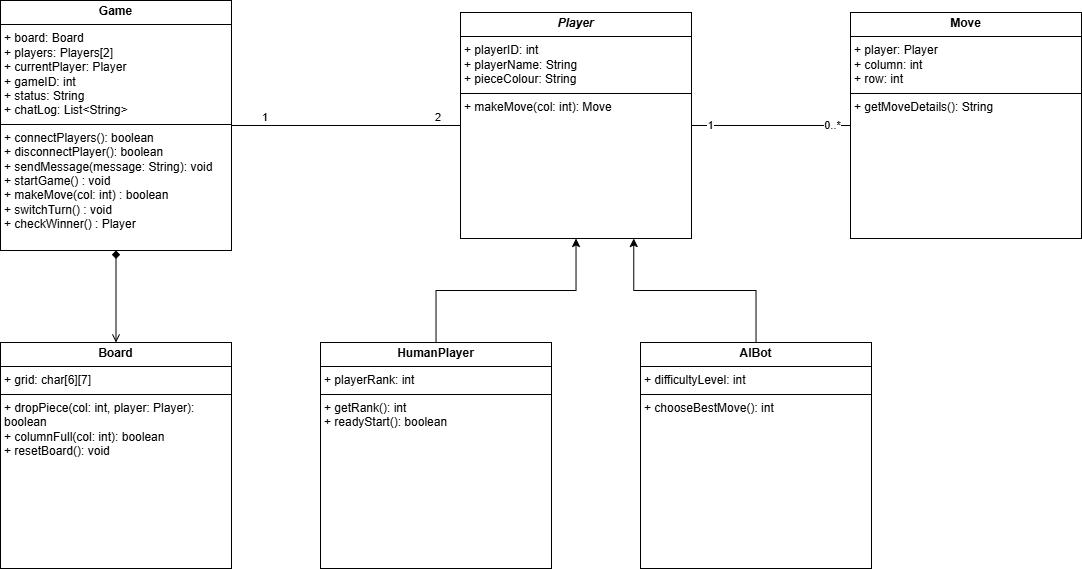
Before: connect_four_class_diagram.png, a diagram exported from draw.io (farshadislam/Socketed-Multigame-GUI). Source tidied: cells renumbered, new cells last; positions are measured from the earlier drawing's top-left corner, leaving out a move shared by most shapes. Its diagram source:
```xml
<mxGraphModel>
  <root>
    <mxCell id="0" />
    <mxCell id="1" parent="0" />
    <mxCell id="2" style="edgeStyle=orthogonalEdgeStyle;rounded=0;jettySize=auto;html=1;endArrow=open;endFill=0;startArrow=diamond;startFill=1;" parent="1" edge="1" source="3" target="8">
      <mxGeometry relative="1" as="geometry" />
    </mxCell>
    <mxCell id="3" value="&lt;p style=&quot;margin:0px;margin-top:4px;text-align:center;&quot;&gt;&lt;b&gt;Game&lt;/b&gt;&lt;/p&gt;&lt;hr size=&quot;1&quot; style=&quot;border-style:solid;&quot;&gt;&lt;p style=&quot;margin:0px;margin-left:4px;&quot;&gt;&lt;span style=&quot;background-color: transparent; color: light-dark(rgb(0, 0, 0), rgb(255, 255, 255));&quot;&gt;+ board: Board&lt;/span&gt;&lt;/p&gt;&lt;p style=&quot;margin:0px;margin-left:4px;&quot;&gt;+ players: Players[2]&lt;/p&gt;&lt;p style=&quot;margin:0px;margin-left:4px;&quot;&gt;+ currentPlayer: Player&lt;br&gt;+ gameID: int&lt;br&gt;+ status: String&lt;/p&gt;&lt;p style=&quot;margin:0px;margin-left:4px;&quot;&gt;+ chatLog: List&amp;lt;String&amp;gt;&lt;/p&gt;&lt;hr size=&quot;1&quot; style=&quot;border-style:solid;&quot;&gt;&lt;p style=&quot;margin:0px;margin-left:4px;&quot;&gt;&lt;span style=&quot;background-color: transparent; color: light-dark(rgb(0, 0, 0), rgb(255, 255, 255));&quot;&gt;+ connectPlayers(): boolean&lt;/span&gt;&lt;/p&gt;&lt;p style=&quot;margin:0px;margin-left:4px;&quot;&gt;&lt;span style=&quot;background-color: transparent; color: light-dark(rgb(0, 0, 0), rgb(255, 255, 255));&quot;&gt;+ disconnectPlayer(): boolean&amp;nbsp;&lt;/span&gt;&lt;/p&gt;&lt;p style=&quot;margin:0px;margin-left:4px;&quot;&gt;+ sendMessage(message: String): void&lt;/p&gt;&lt;p style=&quot;margin:0px;margin-left:4px;&quot;&gt;&lt;span style=&quot;background-color: transparent; color: light-dark(rgb(0, 0, 0), rgb(255, 255, 255));&quot;&gt;+ startGame() : void&lt;/span&gt;&lt;/p&gt;&lt;p style=&quot;margin:0px;margin-left:4px;&quot;&gt;&lt;span style=&quot;background-color: transparent; color: light-dark(rgb(0, 0, 0), rgb(255, 255, 255));&quot;&gt;+ makeMove(col: int) : boolean&lt;/span&gt;&lt;/p&gt;&lt;p style=&quot;margin:0px;margin-left:4px;&quot;&gt;&lt;span style=&quot;background-color: transparent; color: light-dark(rgb(0, 0, 0), rgb(255, 255, 255));&quot;&gt;+ switchTurn() : void&lt;/span&gt;&lt;/p&gt;&lt;p style=&quot;margin:0px;margin-left:4px;&quot;&gt;&lt;span style=&quot;background-color: transparent; color: light-dark(rgb(0, 0, 0), rgb(255, 255, 255));&quot;&gt;+ checkWinner() : Player&lt;/span&gt;&lt;/p&gt;&lt;div&gt;&lt;span style=&quot;background-color: transparent; color: light-dark(rgb(0, 0, 0), rgb(255, 255, 255));&quot;&gt;&lt;br&gt;&lt;/span&gt;&lt;/div&gt;" style="verticalAlign=top;align=left;overflow=fill;html=1;whiteSpace=wrap;" parent="1" vertex="1">
      <mxGeometry width="231" height="250" as="geometry" />
    </mxCell>
    <mxCell id="4" style="edgeStyle=orthogonalEdgeStyle;rounded=0;jettySize=auto;html=1;entryX=0;entryY=0.5;entryDx=0;entryDy=0;endArrow=none;endFill=0;" parent="1" edge="1" source="7" target="9">
      <mxGeometry relative="1" as="geometry" />
    </mxCell>
    <mxCell id="5" value="1" style="edgeLabel;html=1;align=center;verticalAlign=middle;" parent="4" vertex="1">
      <mxGeometry x="-0.76" y="1" relative="1" as="geometry" />
    </mxCell>
    <mxCell id="6" value="0..*" style="edgeLabel;html=1;align=center;verticalAlign=middle;" parent="4" vertex="1">
      <mxGeometry x="0.76" y="1" relative="1" as="geometry" />
    </mxCell>
    <mxCell id="7" value="&lt;p style=&quot;margin:0px;margin-top:4px;text-align:center;&quot;&gt;&lt;b&gt;&lt;i&gt;Player&lt;/i&gt;&lt;/b&gt;&lt;/p&gt;&lt;hr size=&quot;1&quot; style=&quot;border-style:solid;&quot;&gt;&lt;p style=&quot;margin:0px;margin-left:4px;&quot;&gt;&lt;span style=&quot;background-color: transparent; color: light-dark(rgb(0, 0, 0), rgb(255, 255, 255));&quot;&gt;+ playerID: int&lt;br&gt;&lt;/span&gt;&lt;/p&gt;&lt;p style=&quot;margin:0px;margin-left:4px;&quot;&gt;&lt;span style=&quot;background-color: transparent; color: light-dark(rgb(0, 0, 0), rgb(255, 255, 255));&quot;&gt;+ playerName: String&lt;/span&gt;&lt;/p&gt;&lt;p style=&quot;margin:0px;margin-left:4px;&quot;&gt;&lt;span style=&quot;background-color: transparent; color: light-dark(rgb(0, 0, 0), rgb(255, 255, 255));&quot;&gt;+ pieceColour: String&lt;/span&gt;&lt;/p&gt;&lt;hr size=&quot;1&quot; style=&quot;border-style:solid;&quot;&gt;&lt;p style=&quot;margin:0px;margin-left:4px;&quot;&gt;&lt;span style=&quot;background-color: transparent; color: light-dark(rgb(0, 0, 0), rgb(255, 255, 255));&quot;&gt;+ makeMove(col: int): Move&lt;/span&gt;&lt;/p&gt;&lt;div&gt;&lt;span style=&quot;background-color: transparent; color: light-dark(rgb(0, 0, 0), rgb(255, 255, 255));&quot;&gt;&lt;br&gt;&lt;/span&gt;&lt;/div&gt;" style="verticalAlign=top;align=left;overflow=fill;html=1;whiteSpace=wrap;" parent="1" vertex="1">
      <mxGeometry x="460" y="12" width="231" height="226" as="geometry" />
    </mxCell>
    <mxCell id="8" value="&lt;p style=&quot;margin:0px;margin-top:4px;text-align:center;&quot;&gt;&lt;b&gt;Board&lt;/b&gt;&lt;/p&gt;&lt;hr size=&quot;1&quot; style=&quot;border-style:solid;&quot;&gt;&lt;p style=&quot;margin:0px;margin-left:4px;&quot;&gt;&lt;span style=&quot;background-color: transparent; color: light-dark(rgb(0, 0, 0), rgb(255, 255, 255));&quot;&gt;+ grid: char[6][7]&lt;br&gt;&lt;/span&gt;&lt;/p&gt;&lt;hr size=&quot;1&quot; style=&quot;border-style:solid;&quot;&gt;&lt;p style=&quot;margin:0px;margin-left:4px;&quot;&gt;&lt;span style=&quot;background-color: transparent; color: light-dark(rgb(0, 0, 0), rgb(255, 255, 255));&quot;&gt;+ dropPiece(col: int, player: Player): boolean&lt;/span&gt;&lt;/p&gt;&lt;p style=&quot;margin:0px;margin-left:4px;&quot;&gt;&lt;span style=&quot;background-color: transparent; color: light-dark(rgb(0, 0, 0), rgb(255, 255, 255));&quot;&gt;+ columnFull(col: int): boolean&lt;/span&gt;&lt;/p&gt;&lt;p style=&quot;margin:0px;margin-left:4px;&quot;&gt;&lt;span style=&quot;background-color: transparent; color: light-dark(rgb(0, 0, 0), rgb(255, 255, 255));&quot;&gt;+ resetBoard(): void&lt;/span&gt;&lt;/p&gt;&lt;div&gt;&lt;span style=&quot;background-color: transparent; color: light-dark(rgb(0, 0, 0), rgb(255, 255, 255));&quot;&gt;&lt;br&gt;&lt;/span&gt;&lt;/div&gt;" style="verticalAlign=top;align=left;overflow=fill;html=1;whiteSpace=wrap;" parent="1" vertex="1">
      <mxGeometry y="342" width="231" height="226" as="geometry" />
    </mxCell>
    <mxCell id="9" value="&lt;p style=&quot;margin:0px;margin-top:4px;text-align:center;&quot;&gt;&lt;b&gt;Move&lt;/b&gt;&lt;/p&gt;&lt;hr size=&quot;1&quot; style=&quot;border-style:solid;&quot;&gt;&lt;p style=&quot;margin:0px;margin-left:4px;&quot;&gt;&lt;span style=&quot;background-color: transparent; color: light-dark(rgb(0, 0, 0), rgb(255, 255, 255));&quot;&gt;+ player: Player&lt;br&gt;&lt;/span&gt;&lt;/p&gt;&lt;p style=&quot;margin:0px;margin-left:4px;&quot;&gt;&lt;span style=&quot;background-color: transparent; color: light-dark(rgb(0, 0, 0), rgb(255, 255, 255));&quot;&gt;+ column: int&lt;/span&gt;&lt;/p&gt;&lt;p style=&quot;margin:0px;margin-left:4px;&quot;&gt;&lt;span style=&quot;background-color: transparent; color: light-dark(rgb(0, 0, 0), rgb(255, 255, 255));&quot;&gt;+ row: int&lt;/span&gt;&lt;/p&gt;&lt;hr size=&quot;1&quot; style=&quot;border-style:solid;&quot;&gt;&lt;p style=&quot;margin:0px;margin-left:4px;&quot;&gt;&lt;span style=&quot;background-color: transparent; color: light-dark(rgb(0, 0, 0), rgb(255, 255, 255));&quot;&gt;+ getMoveDetails(): String&lt;/span&gt;&lt;/p&gt;&lt;div&gt;&lt;span style=&quot;background-color: transparent; color: light-dark(rgb(0, 0, 0), rgb(255, 255, 255));&quot;&gt;&lt;br&gt;&lt;/span&gt;&lt;/div&gt;" style="verticalAlign=top;align=left;overflow=fill;html=1;whiteSpace=wrap;" parent="1" vertex="1">
      <mxGeometry x="850" y="12" width="231" height="226" as="geometry" />
    </mxCell>
    <mxCell id="10" style="edgeStyle=orthogonalEdgeStyle;rounded=0;jettySize=auto;html=1;" parent="1" edge="1" source="11" target="7">
      <mxGeometry relative="1" as="geometry" />
    </mxCell>
    <mxCell id="11" value="&lt;p style=&quot;margin:0px;margin-top:4px;text-align:center;&quot;&gt;&lt;b&gt;HumanPlayer&lt;/b&gt;&lt;/p&gt;&lt;hr size=&quot;1&quot; style=&quot;border-style:solid;&quot;&gt;&lt;p style=&quot;margin:0px;margin-left:4px;&quot;&gt;&lt;span style=&quot;background-color: transparent; color: light-dark(rgb(0, 0, 0), rgb(255, 255, 255));&quot;&gt;+ playerRank: int&lt;/span&gt;&lt;/p&gt;&lt;hr size=&quot;1&quot; style=&quot;border-style:solid;&quot;&gt;&lt;p style=&quot;margin:0px;margin-left:4px;&quot;&gt;&lt;span style=&quot;background-color: transparent; color: light-dark(rgb(0, 0, 0), rgb(255, 255, 255));&quot;&gt;+ getRank(): int&lt;/span&gt;&lt;/p&gt;&lt;p style=&quot;margin:0px;margin-left:4px;&quot;&gt;&lt;span style=&quot;background-color: transparent; color: light-dark(rgb(0, 0, 0), rgb(255, 255, 255));&quot;&gt;+ readyStart(): boolean&lt;/span&gt;&lt;/p&gt;" style="verticalAlign=top;align=left;overflow=fill;html=1;whiteSpace=wrap;" parent="1" vertex="1">
      <mxGeometry x="320" y="342" width="231" height="226" as="geometry" />
    </mxCell>
    <mxCell id="12" style="edgeStyle=orthogonalEdgeStyle;rounded=0;jettySize=auto;html=1;entryX=0.75;entryY=1;entryDx=0;entryDy=0;" parent="1" edge="1" source="13" target="7">
      <mxGeometry relative="1" as="geometry" />
    </mxCell>
    <mxCell id="13" value="&lt;p style=&quot;margin:0px;margin-top:4px;text-align:center;&quot;&gt;&lt;b&gt;AIBot&lt;/b&gt;&lt;/p&gt;&lt;hr size=&quot;1&quot; style=&quot;border-style:solid;&quot;&gt;&lt;p style=&quot;margin:0px;margin-left:4px;&quot;&gt;&lt;span style=&quot;background-color: transparent; color: light-dark(rgb(0, 0, 0), rgb(255, 255, 255));&quot;&gt;+ difficultyLevel: int&lt;/span&gt;&lt;/p&gt;&lt;hr size=&quot;1&quot; style=&quot;border-style:solid;&quot;&gt;&lt;p style=&quot;margin:0px;margin-left:4px;&quot;&gt;&lt;span style=&quot;background-color: transparent; color: light-dark(rgb(0, 0, 0), rgb(255, 255, 255));&quot;&gt;+ chooseBestMove(): int&lt;/span&gt;&lt;/p&gt;" style="verticalAlign=top;align=left;overflow=fill;html=1;whiteSpace=wrap;" parent="1" vertex="1">
      <mxGeometry x="640" y="342" width="231" height="226" as="geometry" />
    </mxCell>
    <mxCell id="14" style="endArrow=none;html=1;edgeStyle=orthogonalEdgeStyle;rounded=0;entryX=0;entryY=0.5;entryDx=0;entryDy=0;exitX=1;exitY=0.5;exitDx=0;exitDy=0;" parent="1" edge="1" source="3" target="7">
      <mxGeometry relative="1" as="geometry" />
    </mxCell>
    <mxCell id="15" value="1" style="edgeLabel;html=1;align=left;verticalAlign=bottom;" parent="14" vertex="1">
      <mxGeometry x="-1" relative="1" as="geometry">
        <mxPoint x="29" as="offset" />
      </mxGeometry>
    </mxCell>
    <mxCell id="16" value="2" style="edgeLabel;html=1;align=right;verticalAlign=bottom;" parent="14" vertex="1">
      <mxGeometry x="1" relative="1" as="geometry">
        <mxPoint x="-20" as="offset" />
      </mxGeometry>
    </mxCell>
  </root>
</mxGraphModel>
```
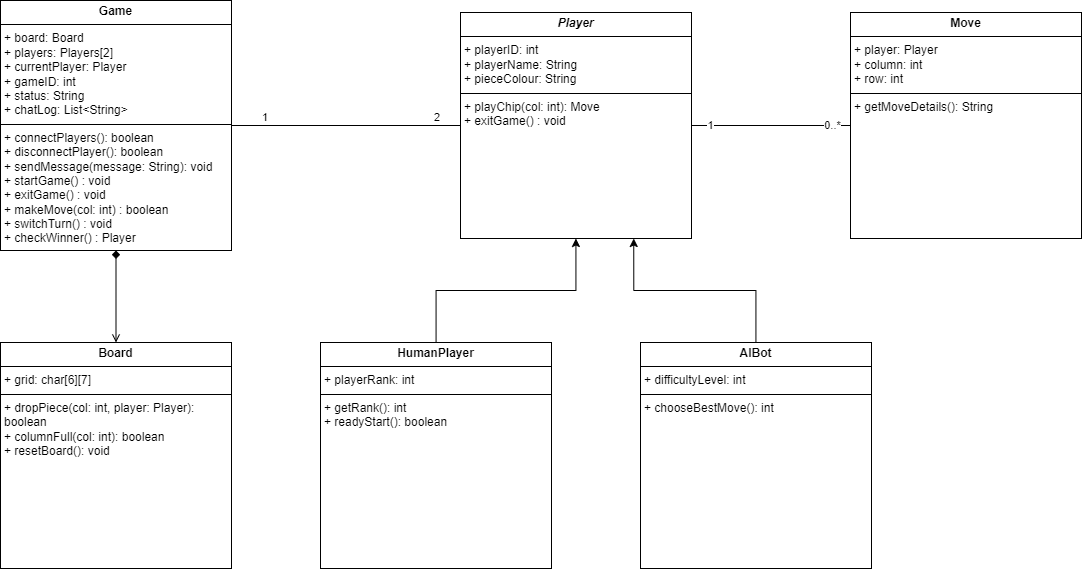
The same file after the commit.

Commit message:
Refined connect four class diagram to better match use cases

Diff of the diagram source:
```diff
@@ -5,7 +5,7 @@
     <mxCell id="2" style="edgeStyle=orthogonalEdgeStyle;rounded=0;jettySize=auto;html=1;endArrow=open;endFill=0;startArrow=diamond;startFill=1;" parent="1" edge="1" source="3" target="8">
       <mxGeometry relative="1" as="geometry" />
     </mxCell>
-    <mxCell id="3" value="&lt;p style=&quot;margin:0px;margin-top:4px;text-align:center;&quot;&gt;&lt;b&gt;Game&lt;/b&gt;&lt;/p&gt;&lt;hr size=&quot;1&quot; style=&quot;border-style:solid;&quot;&gt;&lt;p style=&quot;margin:0px;margin-left:4px;&quot;&gt;&lt;span style=&quot;background-color: transparent; color: light-dark(rgb(0, 0, 0), rgb(255, 255, 255));&quot;&gt;+ board: Board&lt;/span&gt;&lt;/p&gt;&lt;p style=&quot;margin:0px;margin-left:4px;&quot;&gt;+ players: Players[2]&lt;/p&gt;&lt;p style=&quot;margin:0px;margin-left:4px;&quot;&gt;+ currentPlayer: Player&lt;br&gt;+ gameID: int&lt;br&gt;+ status: String&lt;/p&gt;&lt;p style=&quot;margin:0px;margin-left:4px;&quot;&gt;+ chatLog: List&amp;lt;String&amp;gt;&lt;/p&gt;&lt;hr size=&quot;1&quot; style=&quot;border-style:solid;&quot;&gt;&lt;p style=&quot;margin:0px;margin-left:4px;&quot;&gt;&lt;span style=&quot;background-color: transparent; color: light-dark(rgb(0, 0, 0), rgb(255, 255, 255));&quot;&gt;+ connectPlayers(): boolean&lt;/span&gt;&lt;/p&gt;&lt;p style=&quot;margin:0px;margin-left:4px;&quot;&gt;&lt;span style=&quot;background-color: transparent; color: light-dark(rgb(0, 0, 0), rgb(255, 255, 255));&quot;&gt;+ disconnectPlayer(): boolean&amp;nbsp;&lt;/span&gt;&lt;/p&gt;&lt;p style=&quot;margin:0px;margin-left:4px;&quot;&gt;+ sendMessage(message: String): void&lt;/p&gt;&lt;p style=&quot;margin:0px;margin-left:4px;&quot;&gt;&lt;span style=&quot;background-color: transparent; color: light-dark(rgb(0, 0, 0), rgb(255, 255, 255));&quot;&gt;+ startGame() : void&lt;/span&gt;&lt;/p&gt;&lt;p style=&quot;margin:0px;margin-left:4px;&quot;&gt;&lt;span style=&quot;background-color: transparent; color: light-dark(rgb(0, 0, 0), rgb(255, 255, 255));&quot;&gt;+ makeMove(col: int) : boolean&lt;/span&gt;&lt;/p&gt;&lt;p style=&quot;margin:0px;margin-left:4px;&quot;&gt;&lt;span style=&quot;background-color: transparent; color: light-dark(rgb(0, 0, 0), rgb(255, 255, 255));&quot;&gt;+ switchTurn() : void&lt;/span&gt;&lt;/p&gt;&lt;p style=&quot;margin:0px;margin-left:4px;&quot;&gt;&lt;span style=&quot;background-color: transparent; color: light-dark(rgb(0, 0, 0), rgb(255, 255, 255));&quot;&gt;+ checkWinner() : Player&lt;/span&gt;&lt;/p&gt;&lt;div&gt;&lt;span style=&quot;background-color: transparent; color: light-dark(rgb(0, 0, 0), rgb(255, 255, 255));&quot;&gt;&lt;br&gt;&lt;/span&gt;&lt;/div&gt;" style="verticalAlign=top;align=left;overflow=fill;html=1;whiteSpace=wrap;" parent="1" vertex="1">
+    <mxCell id="3" value="&lt;p style=&quot;margin:0px;margin-top:4px;text-align:center;&quot;&gt;&lt;b&gt;Game&lt;/b&gt;&lt;/p&gt;&lt;hr size=&quot;1&quot; style=&quot;border-style:solid;&quot;&gt;&lt;p style=&quot;margin:0px;margin-left:4px;&quot;&gt;&lt;span style=&quot;background-color: transparent; color: light-dark(rgb(0, 0, 0), rgb(255, 255, 255));&quot;&gt;+ board: Board&lt;/span&gt;&lt;/p&gt;&lt;p style=&quot;margin:0px;margin-left:4px;&quot;&gt;+ players: Players[2]&lt;/p&gt;&lt;p style=&quot;margin:0px;margin-left:4px;&quot;&gt;+ currentPlayer: Player&lt;br&gt;+ gameID: int&lt;br&gt;+ status: String&lt;/p&gt;&lt;p style=&quot;margin:0px;margin-left:4px;&quot;&gt;+ chatLog: List&amp;lt;String&amp;gt;&lt;/p&gt;&lt;hr size=&quot;1&quot; style=&quot;border-style:solid;&quot;&gt;&lt;p style=&quot;margin:0px;margin-left:4px;&quot;&gt;&lt;span style=&quot;background-color: transparent; color: light-dark(rgb(0, 0, 0), rgb(255, 255, 255));&quot;&gt;+ connectPlayers(): boolean&lt;/span&gt;&lt;/p&gt;&lt;p style=&quot;margin:0px;margin-left:4px;&quot;&gt;&lt;span style=&quot;background-color: transparent; color: light-dark(rgb(0, 0, 0), rgb(255, 255, 255));&quot;&gt;+ disconnectPlayer(): boolean&amp;nbsp;&lt;/span&gt;&lt;/p&gt;&lt;p style=&quot;margin:0px;margin-left:4px;&quot;&gt;+ sendMessage(message: String): void&lt;/p&gt;&lt;p style=&quot;margin:0px;margin-left:4px;&quot;&gt;&lt;span style=&quot;background-color: transparent; color: light-dark(rgb(0, 0, 0), rgb(255, 255, 255));&quot;&gt;+ startGame() : void&lt;/span&gt;&lt;/p&gt;&lt;p style=&quot;margin:0px;margin-left:4px;&quot;&gt;&lt;span style=&quot;background-color: transparent; color: light-dark(rgb(0, 0, 0), rgb(255, 255, 255));&quot;&gt;+ exitGame() : void&lt;/span&gt;&lt;/p&gt;&lt;p style=&quot;margin:0px;margin-left:4px;&quot;&gt;&lt;span style=&quot;background-color: transparent; color: light-dark(rgb(0, 0, 0), rgb(255, 255, 255));&quot;&gt;+ makeMove(col: int) : boolean&lt;/span&gt;&lt;/p&gt;&lt;p style=&quot;margin:0px;margin-left:4px;&quot;&gt;&lt;span style=&quot;background-color: transparent; color: light-dark(rgb(0, 0, 0), rgb(255, 255, 255));&quot;&gt;+ switchTurn() : void&lt;/span&gt;&lt;/p&gt;&lt;p style=&quot;margin:0px;margin-left:4px;&quot;&gt;&lt;span style=&quot;background-color: transparent; color: light-dark(rgb(0, 0, 0), rgb(255, 255, 255));&quot;&gt;+ checkWinner() : Player&lt;/span&gt;&lt;/p&gt;&lt;div&gt;&lt;span style=&quot;background-color: transparent; color: light-dark(rgb(0, 0, 0), rgb(255, 255, 255));&quot;&gt;&lt;br&gt;&lt;/span&gt;&lt;/div&gt;" style="verticalAlign=top;align=left;overflow=fill;html=1;whiteSpace=wrap;" parent="1" vertex="1">
       <mxGeometry width="231" height="250" as="geometry" />
     </mxCell>
     <mxCell id="4" style="edgeStyle=orthogonalEdgeStyle;rounded=0;jettySize=auto;html=1;entryX=0;entryY=0.5;entryDx=0;entryDy=0;endArrow=none;endFill=0;" parent="1" edge="1" source="7" target="9">
@@ -17,7 +17,7 @@
     <mxCell id="6" value="0..*" style="edgeLabel;html=1;align=center;verticalAlign=middle;" parent="4" vertex="1">
       <mxGeometry x="0.76" y="1" relative="1" as="geometry" />
     </mxCell>
-    <mxCell id="7" value="&lt;p style=&quot;margin:0px;margin-top:4px;text-align:center;&quot;&gt;&lt;b&gt;&lt;i&gt;Player&lt;/i&gt;&lt;/b&gt;&lt;/p&gt;&lt;hr size=&quot;1&quot; style=&quot;border-style:solid;&quot;&gt;&lt;p style=&quot;margin:0px;margin-left:4px;&quot;&gt;&lt;span style=&quot;background-color: transparent; color: light-dark(rgb(0, 0, 0), rgb(255, 255, 255));&quot;&gt;+ playerID: int&lt;br&gt;&lt;/span&gt;&lt;/p&gt;&lt;p style=&quot;margin:0px;margin-left:4px;&quot;&gt;&lt;span style=&quot;background-color: transparent; color: light-dark(rgb(0, 0, 0), rgb(255, 255, 255));&quot;&gt;+ playerName: String&lt;/span&gt;&lt;/p&gt;&lt;p style=&quot;margin:0px;margin-left:4px;&quot;&gt;&lt;span style=&quot;background-color: transparent; color: light-dark(rgb(0, 0, 0), rgb(255, 255, 255));&quot;&gt;+ pieceColour: String&lt;/span&gt;&lt;/p&gt;&lt;hr size=&quot;1&quot; style=&quot;border-style:solid;&quot;&gt;&lt;p style=&quot;margin:0px;margin-left:4px;&quot;&gt;&lt;span style=&quot;background-color: transparent; color: light-dark(rgb(0, 0, 0), rgb(255, 255, 255));&quot;&gt;+ makeMove(col: int): Move&lt;/span&gt;&lt;/p&gt;&lt;div&gt;&lt;span style=&quot;background-color: transparent; color: light-dark(rgb(0, 0, 0), rgb(255, 255, 255));&quot;&gt;&lt;br&gt;&lt;/span&gt;&lt;/div&gt;" style="verticalAlign=top;align=left;overflow=fill;html=1;whiteSpace=wrap;" parent="1" vertex="1">
+    <mxCell id="7" value="&lt;p style=&quot;margin:0px;margin-top:4px;text-align:center;&quot;&gt;&lt;b&gt;&lt;i&gt;Player&lt;/i&gt;&lt;/b&gt;&lt;/p&gt;&lt;hr size=&quot;1&quot; style=&quot;border-style:solid;&quot;&gt;&lt;p style=&quot;margin:0px;margin-left:4px;&quot;&gt;&lt;span style=&quot;background-color: transparent; color: light-dark(rgb(0, 0, 0), rgb(255, 255, 255));&quot;&gt;+ playerID: int&lt;br&gt;&lt;/span&gt;&lt;/p&gt;&lt;p style=&quot;margin:0px;margin-left:4px;&quot;&gt;&lt;span style=&quot;background-color: transparent; color: light-dark(rgb(0, 0, 0), rgb(255, 255, 255));&quot;&gt;+ playerName: String&lt;/span&gt;&lt;/p&gt;&lt;p style=&quot;margin:0px;margin-left:4px;&quot;&gt;&lt;span style=&quot;background-color: transparent; color: light-dark(rgb(0, 0, 0), rgb(255, 255, 255));&quot;&gt;+ pieceColour: String&lt;/span&gt;&lt;/p&gt;&lt;hr size=&quot;1&quot; style=&quot;border-style:solid;&quot;&gt;&lt;p style=&quot;margin:0px;margin-left:4px;&quot;&gt;&lt;span style=&quot;background-color: transparent; color: light-dark(rgb(0, 0, 0), rgb(255, 255, 255));&quot;&gt;+ playChip(col: int): Move&lt;/span&gt;&lt;/p&gt;&lt;p style=&quot;margin:0px;margin-left:4px;&quot;&gt;&lt;span style=&quot;background-color: transparent; color: light-dark(rgb(0, 0, 0), rgb(255, 255, 255));&quot;&gt;+ exitGame() : void&lt;/span&gt;&lt;/p&gt;&lt;div&gt;&lt;span style=&quot;background-color: transparent; color: light-dark(rgb(0, 0, 0), rgb(255, 255, 255));&quot;&gt;&lt;br&gt;&lt;/span&gt;&lt;/div&gt;" style="verticalAlign=top;align=left;overflow=fill;html=1;whiteSpace=wrap;" parent="1" vertex="1">
       <mxGeometry x="460" y="12" width="231" height="226" as="geometry" />
     </mxCell>
     <mxCell id="8" value="&lt;p style=&quot;margin:0px;margin-top:4px;text-align:center;&quot;&gt;&lt;b&gt;Board&lt;/b&gt;&lt;/p&gt;&lt;hr size=&quot;1&quot; style=&quot;border-style:solid;&quot;&gt;&lt;p style=&quot;margin:0px;margin-left:4px;&quot;&gt;&lt;span style=&quot;background-color: transparent; color: light-dark(rgb(0, 0, 0), rgb(255, 255, 255));&quot;&gt;+ grid: char[6][7]&lt;br&gt;&lt;/span&gt;&lt;/p&gt;&lt;hr size=&quot;1&quot; style=&quot;border-style:solid;&quot;&gt;&lt;p style=&quot;margin:0px;margin-left:4px;&quot;&gt;&lt;span style=&quot;background-color: transparent; color: light-dark(rgb(0, 0, 0), rgb(255, 255, 255));&quot;&gt;+ dropPiece(col: int, player: Player): boolean&lt;/span&gt;&lt;/p&gt;&lt;p style=&quot;margin:0px;margin-left:4px;&quot;&gt;&lt;span style=&quot;background-color: transparent; color: light-dark(rgb(0, 0, 0), rgb(255, 255, 255));&quot;&gt;+ columnFull(col: int): boolean&lt;/span&gt;&lt;/p&gt;&lt;p style=&quot;margin:0px;margin-left:4px;&quot;&gt;&lt;span style=&quot;background-color: transparent; color: light-dark(rgb(0, 0, 0), rgb(255, 255, 255));&quot;&gt;+ resetBoard(): void&lt;/span&gt;&lt;/p&gt;&lt;div&gt;&lt;span style=&quot;background-color: transparent; color: light-dark(rgb(0, 0, 0), rgb(255, 255, 255));&quot;&gt;&lt;br&gt;&lt;/span&gt;&lt;/div&gt;" style="verticalAlign=top;align=left;overflow=fill;html=1;whiteSpace=wrap;" parent="1" vertex="1">
```
